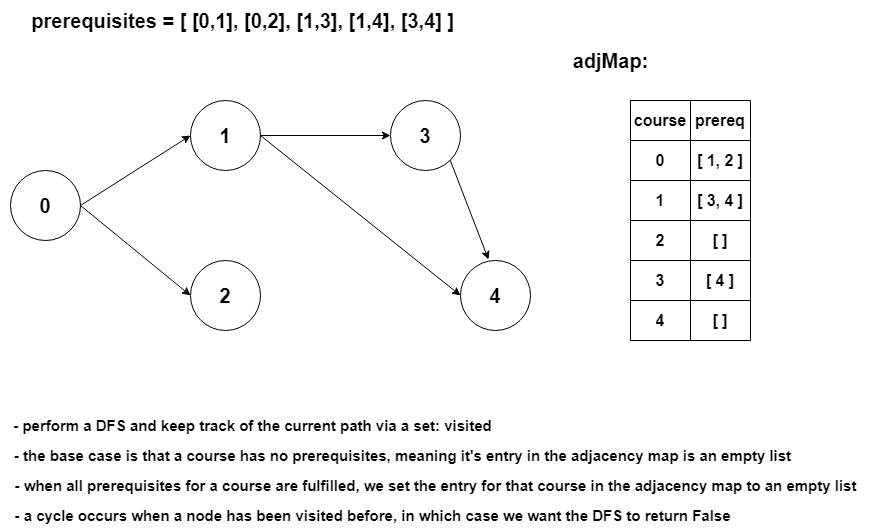
Above: Python3/img/CourseSchedule.png in ashiven/leetcode-solutions (draw.io), before the change. Source tidied: cells renumbered, new cells last; positions are measured from the earlier drawing's top-left corner, leaving out a move shared by most shapes.
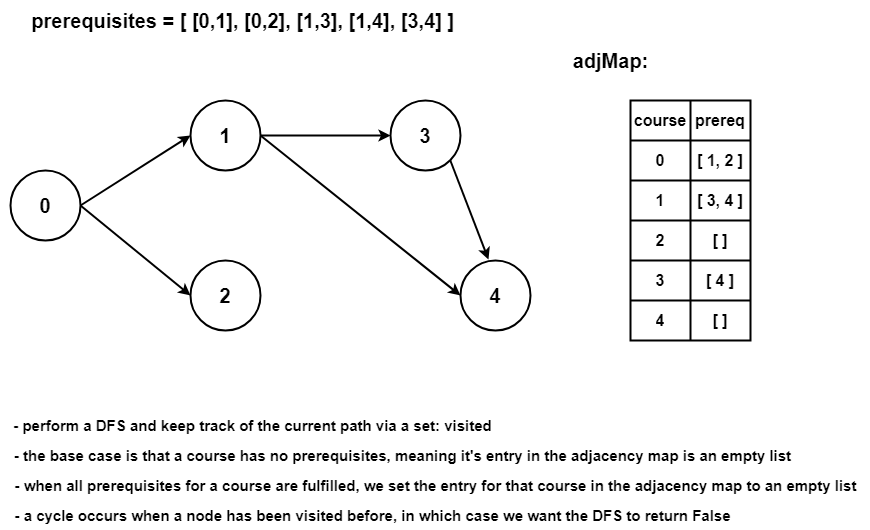
The same file after the commit.

Diff of the diagram source:
```diff
@@ -5,91 +5,91 @@
     <mxCell id="2" value="prerequisites = [ [0,1], [0,2], [1,3], [1,4], [3,4] ]&amp;nbsp;" style="text;html=1;align=center;verticalAlign=middle;strokeColor=none;fillColor=none;fontSize=20;fontStyle=1;" parent="1" vertex="1">
       <mxGeometry x="20" width="450" height="40" as="geometry" />
     </mxCell>
-    <mxCell id="3" value="0" style="ellipse;whiteSpace=wrap;html=1;fillColor=none;fontSize=20;fontStyle=1;" parent="1" vertex="1">
+    <mxCell id="3" value="0" style="ellipse;whiteSpace=wrap;html=1;fillColor=none;fontSize=20;fontStyle=1;strokeWidth=2;" parent="1" vertex="1">
       <mxGeometry x="10" y="170" width="70" height="70" as="geometry" />
     </mxCell>
-    <mxCell id="4" value="1" style="ellipse;whiteSpace=wrap;html=1;fillColor=none;fontSize=20;fontStyle=1;" parent="1" vertex="1">
+    <mxCell id="4" value="1" style="ellipse;whiteSpace=wrap;html=1;fillColor=none;fontSize=20;fontStyle=1;strokeWidth=2;" parent="1" vertex="1">
       <mxGeometry x="190" y="100" width="70" height="70" as="geometry" />
     </mxCell>
-    <mxCell id="5" value="2" style="ellipse;whiteSpace=wrap;html=1;fillColor=none;fontSize=20;fontStyle=1;" parent="1" vertex="1">
+    <mxCell id="5" value="2" style="ellipse;whiteSpace=wrap;html=1;fillColor=none;fontSize=20;fontStyle=1;strokeWidth=2;" parent="1" vertex="1">
       <mxGeometry x="190" y="260" width="70" height="70" as="geometry" />
     </mxCell>
-    <mxCell id="6" value="3" style="ellipse;whiteSpace=wrap;html=1;fillColor=none;fontSize=20;fontStyle=1;" parent="1" vertex="1">
+    <mxCell id="6" value="3" style="ellipse;whiteSpace=wrap;html=1;fillColor=none;fontSize=20;fontStyle=1;strokeWidth=2;" parent="1" vertex="1">
       <mxGeometry x="390" y="100" width="70" height="70" as="geometry" />
     </mxCell>
-    <mxCell id="7" value="4" style="ellipse;whiteSpace=wrap;html=1;fillColor=none;fontSize=20;fontStyle=1;" parent="1" vertex="1">
+    <mxCell id="7" value="4" style="ellipse;whiteSpace=wrap;html=1;fillColor=none;fontSize=20;fontStyle=1;strokeWidth=2;" parent="1" vertex="1">
       <mxGeometry x="460" y="260" width="70" height="70" as="geometry" />
     </mxCell>
-    <mxCell id="8" style="endArrow=classic;html=1;rounded=0;exitX=1;exitY=0.5;exitDx=0;exitDy=0;entryX=0;entryY=0.5;entryDx=0;entryDy=0;" parent="1" edge="1" source="3" target="4">
+    <mxCell id="8" style="endArrow=classic;html=1;rounded=0;exitX=1;exitY=0.5;exitDx=0;exitDy=0;entryX=0;entryY=0.5;entryDx=0;entryDy=0;fontStyle=1;strokeWidth=2;" parent="1" edge="1" source="3" target="4">
       <mxGeometry relative="1" as="geometry" />
     </mxCell>
-    <mxCell id="9" style="endArrow=classic;html=1;rounded=0;exitX=1;exitY=0.5;exitDx=0;exitDy=0;entryX=0;entryY=0.5;entryDx=0;entryDy=0;" parent="1" edge="1" source="3" target="5">
+    <mxCell id="9" style="endArrow=classic;html=1;rounded=0;exitX=1;exitY=0.5;exitDx=0;exitDy=0;entryX=0;entryY=0.5;entryDx=0;entryDy=0;fontStyle=1;strokeWidth=2;" parent="1" edge="1" source="3" target="5">
       <mxGeometry relative="1" as="geometry" />
     </mxCell>
-    <mxCell id="10" style="endArrow=classic;html=1;rounded=0;exitX=1;exitY=0.5;exitDx=0;exitDy=0;entryX=0;entryY=0.5;entryDx=0;entryDy=0;" parent="1" edge="1" source="4" target="6">
+    <mxCell id="10" style="endArrow=classic;html=1;rounded=0;exitX=1;exitY=0.5;exitDx=0;exitDy=0;entryX=0;entryY=0.5;entryDx=0;entryDy=0;fontStyle=1;strokeWidth=2;" parent="1" edge="1" source="4" target="6">
       <mxGeometry relative="1" as="geometry" />
     </mxCell>
-    <mxCell id="11" style="endArrow=classic;html=1;rounded=0;exitX=1;exitY=0.5;exitDx=0;exitDy=0;entryX=0;entryY=0.5;entryDx=0;entryDy=0;" parent="1" edge="1" source="4" target="7">
+    <mxCell id="11" style="endArrow=classic;html=1;rounded=0;exitX=1;exitY=0.5;exitDx=0;exitDy=0;entryX=0;entryY=0.5;entryDx=0;entryDy=0;fontStyle=1;strokeWidth=2;" parent="1" edge="1" source="4" target="7">
       <mxGeometry relative="1" as="geometry" />
     </mxCell>
-    <mxCell id="12" style="endArrow=classic;html=1;rounded=0;exitX=1;exitY=1;exitDx=0;exitDy=0;entryX=0.4;entryY=-0.014;entryDx=0;entryDy=0;entryPerimeter=0;" parent="1" edge="1" source="6" target="7">
+    <mxCell id="12" style="endArrow=classic;html=1;rounded=0;exitX=1;exitY=1;exitDx=0;exitDy=0;entryX=0.4;entryY=-0.014;entryDx=0;entryDy=0;entryPerimeter=0;fontStyle=1;strokeWidth=2;" parent="1" edge="1" source="6" target="7">
       <mxGeometry relative="1" as="geometry" />
     </mxCell>
-    <mxCell id="13" style="shape=table;startSize=0;fontSize=16;fillColor=none;fontStyle=1;" parent="1" vertex="1">
+    <mxCell id="13" style="shape=table;startSize=0;fontSize=16;fillColor=none;fontStyle=1;strokeWidth=2;" parent="1" vertex="1">
       <mxGeometry x="630" y="100" width="120" height="240" as="geometry" />
     </mxCell>
-    <mxCell id="14" style="shape=tableRow;horizontal=0;startSize=0;swimlaneHead=0;swimlaneBody=0;strokeColor=inherit;top=0;left=0;bottom=0;right=0;fillColor=none;fontSize=16;fontStyle=1;" parent="13" vertex="1">
+    <mxCell id="14" style="shape=tableRow;horizontal=0;startSize=0;swimlaneHead=0;swimlaneBody=0;strokeColor=inherit;top=0;left=0;bottom=0;right=0;fillColor=none;fontSize=16;fontStyle=1;strokeWidth=2;" parent="13" vertex="1">
       <mxGeometry width="120" height="40" as="geometry" />
     </mxCell>
-    <mxCell id="15" value="course" style="shape=partialRectangle;html=1;whiteSpace=wrap;strokeColor=inherit;overflow=hidden;fillColor=none;top=0;left=0;bottom=0;right=0;fontSize=16;fontStyle=1;" parent="14" vertex="1">
+    <mxCell id="15" value="course" style="shape=partialRectangle;html=1;whiteSpace=wrap;strokeColor=inherit;overflow=hidden;fillColor=none;top=0;left=0;bottom=0;right=0;fontSize=16;fontStyle=1;strokeWidth=2;" parent="14" vertex="1">
       <mxGeometry width="60" height="40" as="geometry" />
     </mxCell>
-    <mxCell id="16" value="prereq" style="shape=partialRectangle;html=1;whiteSpace=wrap;strokeColor=inherit;overflow=hidden;fillColor=none;top=0;left=0;bottom=0;right=0;fontSize=16;fontStyle=1;" parent="14" vertex="1">
+    <mxCell id="16" value="prereq" style="shape=partialRectangle;html=1;whiteSpace=wrap;strokeColor=inherit;overflow=hidden;fillColor=none;top=0;left=0;bottom=0;right=0;fontSize=16;fontStyle=1;strokeWidth=2;" parent="14" vertex="1">
       <mxGeometry x="60" width="60" height="40" as="geometry" />
     </mxCell>
-    <mxCell id="17" style="shape=tableRow;horizontal=0;startSize=0;swimlaneHead=0;swimlaneBody=0;strokeColor=inherit;top=0;left=0;bottom=0;right=0;fillColor=none;fontSize=16;fontStyle=1;" parent="13" vertex="1">
+    <mxCell id="17" style="shape=tableRow;horizontal=0;startSize=0;swimlaneHead=0;swimlaneBody=0;strokeColor=inherit;top=0;left=0;bottom=0;right=0;fillColor=none;fontSize=16;fontStyle=1;strokeWidth=2;" parent="13" vertex="1">
       <mxGeometry y="40" width="120" height="40" as="geometry" />
     </mxCell>
-    <mxCell id="18" value="0" style="shape=partialRectangle;html=1;whiteSpace=wrap;strokeColor=inherit;overflow=hidden;fillColor=none;top=0;left=0;bottom=0;right=0;fontSize=16;fontStyle=1;" parent="17" vertex="1">
+    <mxCell id="18" value="0" style="shape=partialRectangle;html=1;whiteSpace=wrap;strokeColor=inherit;overflow=hidden;fillColor=none;top=0;left=0;bottom=0;right=0;fontSize=16;fontStyle=1;strokeWidth=2;" parent="17" vertex="1">
       <mxGeometry width="60" height="40" as="geometry" />
     </mxCell>
-    <mxCell id="19" value="[ 1, 2 ]" style="shape=partialRectangle;html=1;whiteSpace=wrap;strokeColor=inherit;overflow=hidden;fillColor=none;top=0;left=0;bottom=0;right=0;fontSize=16;fontStyle=1;" parent="17" vertex="1">
+    <mxCell id="19" value="[ 1, 2 ]" style="shape=partialRectangle;html=1;whiteSpace=wrap;strokeColor=inherit;overflow=hidden;fillColor=none;top=0;left=0;bottom=0;right=0;fontSize=16;fontStyle=1;strokeWidth=2;" parent="17" vertex="1">
       <mxGeometry x="60" width="60" height="40" as="geometry" />
     </mxCell>
-    <mxCell id="20" style="shape=tableRow;horizontal=0;startSize=0;swimlaneHead=0;swimlaneBody=0;strokeColor=inherit;top=0;left=0;bottom=0;right=0;fillColor=none;fontSize=16;fontStyle=1;" parent="13" vertex="1">
+    <mxCell id="20" style="shape=tableRow;horizontal=0;startSize=0;swimlaneHead=0;swimlaneBody=0;strokeColor=inherit;top=0;left=0;bottom=0;right=0;fillColor=none;fontSize=16;fontStyle=1;strokeWidth=2;" parent="13" vertex="1">
       <mxGeometry y="80" width="120" height="40" as="geometry" />
     </mxCell>
-    <mxCell id="21" value="1" style="shape=partialRectangle;html=1;whiteSpace=wrap;strokeColor=inherit;overflow=hidden;fillColor=none;top=0;left=0;bottom=0;right=0;fontSize=16;fontStyle=1;" parent="20" vertex="1">
+    <mxCell id="21" value="1" style="shape=partialRectangle;html=1;whiteSpace=wrap;strokeColor=inherit;overflow=hidden;fillColor=none;top=0;left=0;bottom=0;right=0;fontSize=16;fontStyle=1;strokeWidth=2;" parent="20" vertex="1">
       <mxGeometry width="60" height="40" as="geometry" />
     </mxCell>
-    <mxCell id="22" value="[ 3, 4 ]" style="shape=partialRectangle;html=1;whiteSpace=wrap;strokeColor=inherit;overflow=hidden;fillColor=none;top=0;left=0;bottom=0;right=0;fontSize=16;fontStyle=1;" parent="20" vertex="1">
+    <mxCell id="22" value="[ 3, 4 ]" style="shape=partialRectangle;html=1;whiteSpace=wrap;strokeColor=inherit;overflow=hidden;fillColor=none;top=0;left=0;bottom=0;right=0;fontSize=16;fontStyle=1;strokeWidth=2;" parent="20" vertex="1">
       <mxGeometry x="60" width="60" height="40" as="geometry" />
     </mxCell>
-    <mxCell id="23" style="shape=tableRow;horizontal=0;startSize=0;swimlaneHead=0;swimlaneBody=0;strokeColor=inherit;top=0;left=0;bottom=0;right=0;fillColor=none;fontSize=16;fontStyle=1;" parent="13" vertex="1">
+    <mxCell id="23" style="shape=tableRow;horizontal=0;startSize=0;swimlaneHead=0;swimlaneBody=0;strokeColor=inherit;top=0;left=0;bottom=0;right=0;fillColor=none;fontSize=16;fontStyle=1;strokeWidth=2;" parent="13" vertex="1">
       <mxGeometry y="120" width="120" height="40" as="geometry" />
     </mxCell>
-    <mxCell id="24" value="2" style="shape=partialRectangle;html=1;whiteSpace=wrap;strokeColor=inherit;overflow=hidden;fillColor=none;top=0;left=0;bottom=0;right=0;fontSize=16;fontStyle=1;" parent="23" vertex="1">
+    <mxCell id="24" value="2" style="shape=partialRectangle;html=1;whiteSpace=wrap;strokeColor=inherit;overflow=hidden;fillColor=none;top=0;left=0;bottom=0;right=0;fontSize=16;fontStyle=1;strokeWidth=2;" parent="23" vertex="1">
       <mxGeometry width="60" height="40" as="geometry" />
     </mxCell>
-    <mxCell id="25" value="[ ]" style="shape=partialRectangle;html=1;whiteSpace=wrap;strokeColor=inherit;overflow=hidden;fillColor=none;top=0;left=0;bottom=0;right=0;fontSize=16;fontStyle=1;" parent="23" vertex="1">
+    <mxCell id="25" value="[ ]" style="shape=partialRectangle;html=1;whiteSpace=wrap;strokeColor=inherit;overflow=hidden;fillColor=none;top=0;left=0;bottom=0;right=0;fontSize=16;fontStyle=1;strokeWidth=2;" parent="23" vertex="1">
       <mxGeometry x="60" width="60" height="40" as="geometry" />
     </mxCell>
-    <mxCell id="26" style="shape=tableRow;horizontal=0;startSize=0;swimlaneHead=0;swimlaneBody=0;strokeColor=inherit;top=0;left=0;bottom=0;right=0;fillColor=none;fontSize=16;fontStyle=1;" parent="13" vertex="1">
+    <mxCell id="26" style="shape=tableRow;horizontal=0;startSize=0;swimlaneHead=0;swimlaneBody=0;strokeColor=inherit;top=0;left=0;bottom=0;right=0;fillColor=none;fontSize=16;fontStyle=1;strokeWidth=2;" parent="13" vertex="1">
       <mxGeometry y="160" width="120" height="40" as="geometry" />
     </mxCell>
-    <mxCell id="27" value="3" style="shape=partialRectangle;html=1;whiteSpace=wrap;strokeColor=inherit;overflow=hidden;fillColor=none;top=0;left=0;bottom=0;right=0;fontSize=16;fontStyle=1;" parent="26" vertex="1">
+    <mxCell id="27" value="3" style="shape=partialRectangle;html=1;whiteSpace=wrap;strokeColor=inherit;overflow=hidden;fillColor=none;top=0;left=0;bottom=0;right=0;fontSize=16;fontStyle=1;strokeWidth=2;" parent="26" vertex="1">
       <mxGeometry width="60" height="40" as="geometry" />
     </mxCell>
-    <mxCell id="28" value="[ 4 ]" style="shape=partialRectangle;html=1;whiteSpace=wrap;strokeColor=inherit;overflow=hidden;fillColor=none;top=0;left=0;bottom=0;right=0;fontSize=16;fontStyle=1;" parent="26" vertex="1">
+    <mxCell id="28" value="[ 4 ]" style="shape=partialRectangle;html=1;whiteSpace=wrap;strokeColor=inherit;overflow=hidden;fillColor=none;top=0;left=0;bottom=0;right=0;fontSize=16;fontStyle=1;strokeWidth=2;" parent="26" vertex="1">
       <mxGeometry x="60" width="60" height="40" as="geometry" />
     </mxCell>
-    <mxCell id="29" style="shape=tableRow;horizontal=0;startSize=0;swimlaneHead=0;swimlaneBody=0;strokeColor=inherit;top=0;left=0;bottom=0;right=0;fillColor=none;fontSize=16;fontStyle=1;" parent="13" vertex="1">
+    <mxCell id="29" style="shape=tableRow;horizontal=0;startSize=0;swimlaneHead=0;swimlaneBody=0;strokeColor=inherit;top=0;left=0;bottom=0;right=0;fillColor=none;fontSize=16;fontStyle=1;strokeWidth=2;" parent="13" vertex="1">
       <mxGeometry y="200" width="120" height="40" as="geometry" />
     </mxCell>
-    <mxCell id="30" value="4" style="shape=partialRectangle;html=1;whiteSpace=wrap;strokeColor=inherit;overflow=hidden;fillColor=none;top=0;left=0;bottom=0;right=0;fontSize=16;fontStyle=1;" parent="29" vertex="1">
+    <mxCell id="30" value="4" style="shape=partialRectangle;html=1;whiteSpace=wrap;strokeColor=inherit;overflow=hidden;fillColor=none;top=0;left=0;bottom=0;right=0;fontSize=16;fontStyle=1;strokeWidth=2;" parent="29" vertex="1">
       <mxGeometry width="60" height="40" as="geometry" />
     </mxCell>
-    <mxCell id="31" value="[ ]" style="shape=partialRectangle;html=1;whiteSpace=wrap;strokeColor=inherit;overflow=hidden;fillColor=none;top=0;left=0;bottom=0;right=0;fontSize=16;fontStyle=1;" parent="29" vertex="1">
+    <mxCell id="31" value="[ ]" style="shape=partialRectangle;html=1;whiteSpace=wrap;strokeColor=inherit;overflow=hidden;fillColor=none;top=0;left=0;bottom=0;right=0;fontSize=16;fontStyle=1;strokeWidth=2;" parent="29" vertex="1">
       <mxGeometry x="60" width="60" height="40" as="geometry" />
     </mxCell>
     <mxCell id="32" value="adjMap:" style="text;html=1;align=center;verticalAlign=middle;strokeColor=none;fillColor=none;fontSize=20;fontStyle=1;" parent="1" vertex="1">
```
